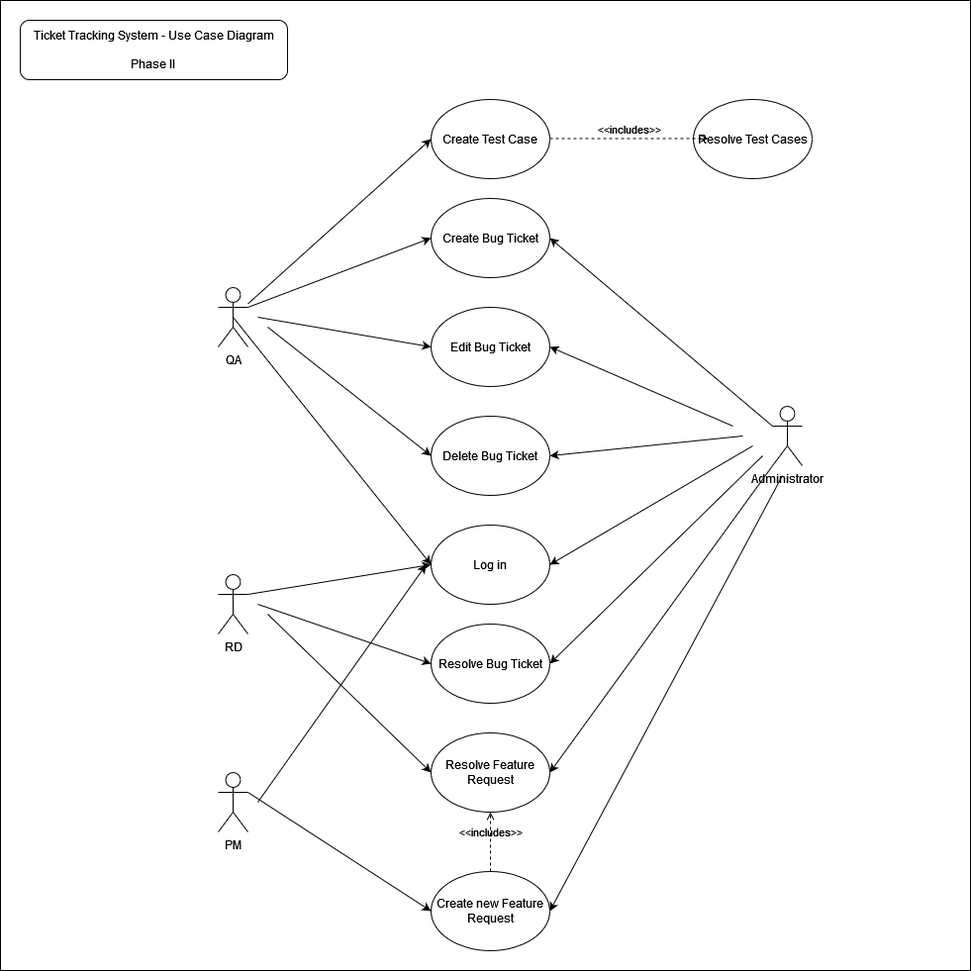
juicyj201/TicketTrackingSystem keeps this draw.io diagram as Phase II - Use Case Diagram.png. Above is the earlier version. Source tidied: cells renumbered, new cells last; positions are measured from the earlier drawing's top-left corner, leaving out a move shared by most shapes. Source of this version:
```xml
<mxGraphModel>
  <root>
    <mxCell id="0" />
    <mxCell id="1" parent="0" />
    <mxCell id="2" style="whiteSpace=wrap;html=1;" parent="1" vertex="1">
      <mxGeometry width="980" height="980" as="geometry" />
    </mxCell>
    <mxCell id="3" value="QA" style="shape=umlActor;verticalLabelPosition=bottom;verticalAlign=top;html=1;outlineConnect=0;" parent="1" vertex="1">
      <mxGeometry x="220" y="290" width="30" height="60" as="geometry" />
    </mxCell>
    <mxCell id="4" value="RD" style="shape=umlActor;verticalLabelPosition=bottom;verticalAlign=top;html=1;outlineConnect=0;" parent="1" vertex="1">
      <mxGeometry x="220" y="580" width="30" height="60" as="geometry" />
    </mxCell>
    <mxCell id="5" value="&lt;div&gt;Ticket Tracking System - Use Case Diagram&lt;/div&gt;&lt;div&gt;&lt;br&gt;&lt;/div&gt;&lt;div&gt;Phase II&lt;br&gt;&lt;/div&gt;" style="rounded=1;whiteSpace=wrap;html=1;" parent="1" vertex="1">
      <mxGeometry x="20" y="20" width="270" height="60" as="geometry" />
    </mxCell>
    <mxCell id="6" value="Create Bug Ticket" style="ellipse;whiteSpace=wrap;html=1;" parent="1" vertex="1">
      <mxGeometry x="435" y="200" width="120" height="80" as="geometry" />
    </mxCell>
    <mxCell id="7" value="Edit Bug Ticket" style="ellipse;whiteSpace=wrap;html=1;" parent="1" vertex="1">
      <mxGeometry x="435" y="310" width="120" height="80" as="geometry" />
    </mxCell>
    <mxCell id="8" value="Delete Bug Ticket" style="ellipse;whiteSpace=wrap;html=1;" parent="1" vertex="1">
      <mxGeometry x="435" y="420" width="120" height="80" as="geometry" />
    </mxCell>
    <mxCell id="9" value="Log in" style="ellipse;whiteSpace=wrap;html=1;" parent="1" vertex="1">
      <mxGeometry x="435" y="530" width="120" height="80" as="geometry" />
    </mxCell>
    <mxCell id="10" value="Resolve Bug Ticket" style="ellipse;whiteSpace=wrap;html=1;" parent="1" vertex="1">
      <mxGeometry x="435" y="630" width="120" height="80" as="geometry" />
    </mxCell>
    <mxCell id="11" value="Administrator" style="shape=umlActor;verticalLabelPosition=bottom;verticalAlign=top;html=1;outlineConnect=0;" parent="1" vertex="1">
      <mxGeometry x="780" y="410" width="30" height="60" as="geometry" />
    </mxCell>
    <mxCell id="12" style="endArrow=classic;html=1;rounded=0;entryX=1;entryY=0.5;entryDx=0;entryDy=0;exitX=0;exitY=0.3333333333333333;exitDx=0;exitDy=0;exitPerimeter=0;" parent="1" edge="1" source="11" target="6">
      <mxGeometry relative="1" as="geometry" />
    </mxCell>
    <mxCell id="13" style="endArrow=classic;html=1;rounded=0;entryX=1;entryY=0.5;entryDx=0;entryDy=0;exitX=0;exitY=0.3333333333333333;exitDx=0;exitDy=0;exitPerimeter=0;" parent="1" edge="1" target="7">
      <mxGeometry relative="1" as="geometry">
        <mxPoint x="740" y="430" as="sourcePoint" />
      </mxGeometry>
    </mxCell>
    <mxCell id="14" style="endArrow=classic;html=1;rounded=0;entryX=1;entryY=0.5;entryDx=0;entryDy=0;exitX=0;exitY=0.3333333333333333;exitDx=0;exitDy=0;exitPerimeter=0;" parent="1" edge="1" target="8">
      <mxGeometry relative="1" as="geometry">
        <mxPoint x="750" y="440" as="sourcePoint" />
      </mxGeometry>
    </mxCell>
    <mxCell id="15" style="endArrow=classic;html=1;rounded=0;entryX=1;entryY=0.5;entryDx=0;entryDy=0;exitX=0;exitY=0.3333333333333333;exitDx=0;exitDy=0;exitPerimeter=0;" parent="1" edge="1" target="9">
      <mxGeometry relative="1" as="geometry">
        <mxPoint x="760" y="450" as="sourcePoint" />
      </mxGeometry>
    </mxCell>
    <mxCell id="16" style="endArrow=classic;html=1;rounded=0;entryX=1;entryY=0.5;entryDx=0;entryDy=0;exitX=0;exitY=0.3333333333333333;exitDx=0;exitDy=0;exitPerimeter=0;" parent="1" edge="1" target="10">
      <mxGeometry relative="1" as="geometry">
        <mxPoint x="770" y="460" as="sourcePoint" />
      </mxGeometry>
    </mxCell>
    <mxCell id="17" style="endArrow=classic;html=1;rounded=0;entryX=0;entryY=0.5;entryDx=0;entryDy=0;exitX=1;exitY=0.3333333333333333;exitDx=0;exitDy=0;exitPerimeter=0;" parent="1" edge="1" source="3" target="6">
      <mxGeometry relative="1" as="geometry" />
    </mxCell>
    <mxCell id="18" style="endArrow=classic;html=1;rounded=0;entryX=0;entryY=0.5;entryDx=0;entryDy=0;exitX=1;exitY=0.3333333333333333;exitDx=0;exitDy=0;exitPerimeter=0;" parent="1" edge="1" target="7">
      <mxGeometry relative="1" as="geometry">
        <mxPoint x="260" y="320" as="sourcePoint" />
      </mxGeometry>
    </mxCell>
    <mxCell id="19" style="endArrow=classic;html=1;rounded=0;entryX=0;entryY=0.5;entryDx=0;entryDy=0;exitX=1;exitY=0.3333333333333333;exitDx=0;exitDy=0;exitPerimeter=0;" parent="1" edge="1" target="8">
      <mxGeometry relative="1" as="geometry">
        <mxPoint x="270" y="330" as="sourcePoint" />
      </mxGeometry>
    </mxCell>
    <mxCell id="20" style="endArrow=classic;html=1;rounded=0;entryX=0;entryY=0.5;entryDx=0;entryDy=0;exitX=0.5;exitY=0.5;exitDx=0;exitDy=0;exitPerimeter=0;" parent="1" edge="1" source="3" target="9">
      <mxGeometry relative="1" as="geometry" />
    </mxCell>
    <mxCell id="21" style="endArrow=classic;html=1;rounded=0;entryX=0;entryY=0.5;entryDx=0;entryDy=0;exitX=1;exitY=0.3333333333333333;exitDx=0;exitDy=0;exitPerimeter=0;" parent="1" edge="1" source="4" target="9">
      <mxGeometry relative="1" as="geometry" />
    </mxCell>
    <mxCell id="22" style="endArrow=classic;html=1;rounded=0;entryX=0;entryY=0.5;entryDx=0;entryDy=0;exitX=1;exitY=0.3333333333333333;exitDx=0;exitDy=0;exitPerimeter=0;" parent="1" edge="1" target="10">
      <mxGeometry relative="1" as="geometry">
        <mxPoint x="260" y="610" as="sourcePoint" />
      </mxGeometry>
    </mxCell>
    <mxCell id="23" value="PM" style="shape=umlActor;verticalLabelPosition=bottom;verticalAlign=top;html=1;" parent="1" vertex="1">
      <mxGeometry x="220" y="780" width="30" height="60" as="geometry" />
    </mxCell>
    <mxCell id="24" value="Create new Feature Request" style="ellipse;whiteSpace=wrap;html=1;" parent="1" vertex="1">
      <mxGeometry x="435" y="880" width="120" height="80" as="geometry" />
    </mxCell>
    <mxCell id="25" value="Resolve Feature Request" style="ellipse;whiteSpace=wrap;html=1;" parent="1" vertex="1">
      <mxGeometry x="435" y="740" width="120" height="80" as="geometry" />
    </mxCell>
    <mxCell id="26" style="endArrow=classic;html=1;rounded=0;entryX=0;entryY=0.5;entryDx=0;entryDy=0;exitX=1;exitY=0.3333333333333333;exitDx=0;exitDy=0;exitPerimeter=0;" parent="1" edge="1" target="25">
      <mxGeometry relative="1" as="geometry">
        <mxPoint x="270" y="620" as="sourcePoint" />
      </mxGeometry>
    </mxCell>
    <mxCell id="27" style="endArrow=classic;html=1;rounded=0;entryX=0;entryY=0.5;entryDx=0;entryDy=0;exitX=1;exitY=0.3333333333333333;exitDx=0;exitDy=0;exitPerimeter=0;" parent="1" edge="1" target="24">
      <mxGeometry relative="1" as="geometry">
        <mxPoint x="250" y="800" as="sourcePoint" />
      </mxGeometry>
    </mxCell>
    <mxCell id="28" style="endArrow=classic;html=1;rounded=0;entryX=1;entryY=0.5;entryDx=0;entryDy=0;exitX=0;exitY=0.3333333333333333;exitDx=0;exitDy=0;exitPerimeter=0;" parent="1" edge="1" target="25">
      <mxGeometry relative="1" as="geometry">
        <mxPoint x="780" y="470" as="sourcePoint" />
      </mxGeometry>
    </mxCell>
    <mxCell id="29" style="endArrow=classic;html=1;rounded=0;entryX=1;entryY=0.5;entryDx=0;entryDy=0;exitX=0;exitY=0.3333333333333333;exitDx=0;exitDy=0;exitPerimeter=0;" parent="1" edge="1" target="24">
      <mxGeometry relative="1" as="geometry">
        <mxPoint x="790" y="480" as="sourcePoint" />
      </mxGeometry>
    </mxCell>
    <mxCell id="30" style="endArrow=classic;html=1;rounded=0;exitX=1;exitY=0.3333333333333333;exitDx=0;exitDy=0;exitPerimeter=0;" parent="1" edge="1">
      <mxGeometry relative="1" as="geometry">
        <mxPoint x="260" y="810" as="sourcePoint" />
        <mxPoint x="430" y="570" as="targetPoint" />
      </mxGeometry>
    </mxCell>
    <mxCell id="31" value="Create Test Case" style="ellipse;whiteSpace=wrap;html=1;" parent="1" vertex="1">
      <mxGeometry x="435" y="100" width="120" height="80" as="geometry" />
    </mxCell>
    <mxCell id="32" style="endArrow=classic;html=1;rounded=0;entryX=0;entryY=0.5;entryDx=0;entryDy=0;" parent="1" edge="1" source="3" target="31">
      <mxGeometry relative="1" as="geometry" />
    </mxCell>
    <mxCell id="33" value="Resolve Test Cases" style="ellipse;whiteSpace=wrap;html=1;" parent="1" vertex="1">
      <mxGeometry x="700" y="100" width="120" height="80" as="geometry" />
    </mxCell>
    <mxCell id="34" value="&amp;lt;&amp;lt;includes&amp;gt;&amp;gt;" style="endArrow=open;html=1;rounded=0;align=center;verticalAlign=bottom;dashed=1;endFill=0;labelBackgroundColor=none;" parent="1" edge="1">
      <mxGeometry relative="1" as="geometry">
        <mxPoint x="555" y="139.5" as="sourcePoint" />
        <mxPoint x="715" y="139.5" as="targetPoint" />
      </mxGeometry>
    </mxCell>
    <mxCell id="35" style="html=1;align=center;verticalAlign=top;labelBackgroundColor=none;" parent="34" vertex="1">
      <mxGeometry relative="1" as="geometry" />
    </mxCell>
    <mxCell id="36" value="&amp;lt;&amp;lt;includes&amp;gt;&amp;gt;" style="endArrow=open;html=1;rounded=0;align=center;verticalAlign=bottom;dashed=1;endFill=0;labelBackgroundColor=none;exitX=0.5;exitY=0;exitDx=0;exitDy=0;entryX=0.5;entryY=1;entryDx=0;entryDy=0;" parent="1" edge="1" source="24" target="25">
      <mxGeometry relative="1" as="geometry" />
    </mxCell>
    <mxCell id="37" style="html=1;align=center;verticalAlign=top;labelBackgroundColor=none;" parent="36" vertex="1">
      <mxGeometry relative="1" as="geometry" />
    </mxCell>
  </root>
</mxGraphModel>
```
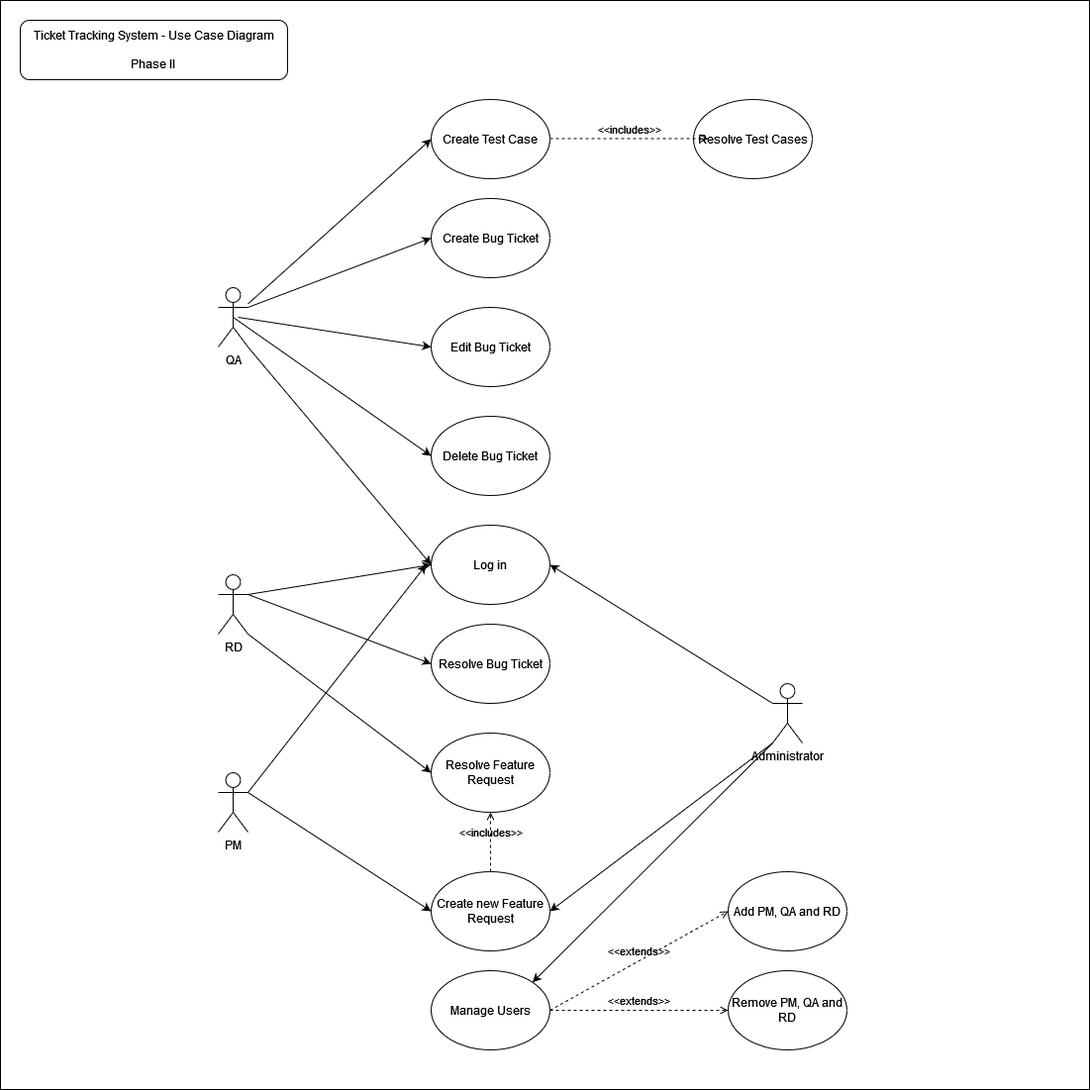
Later version of the same file.

The edit, as a diff of the source:
```diff
@@ -3,7 +3,7 @@
     <mxCell id="0" />
     <mxCell id="1" parent="0" />
     <mxCell id="2" style="whiteSpace=wrap;html=1;" parent="1" vertex="1">
-      <mxGeometry width="980" height="980" as="geometry" />
+      <mxGeometry width="1100" height="1100" as="geometry" />
     </mxCell>
     <mxCell id="3" value="QA" style="shape=umlActor;verticalLabelPosition=bottom;verticalAlign=top;html=1;outlineConnect=0;" parent="1" vertex="1">
       <mxGeometry x="220" y="290" width="30" height="60" as="geometry" />
@@ -30,54 +30,30 @@
       <mxGeometry x="435" y="630" width="120" height="80" as="geometry" />
     </mxCell>
     <mxCell id="11" value="Administrator" style="shape=umlActor;verticalLabelPosition=bottom;verticalAlign=top;html=1;outlineConnect=0;" parent="1" vertex="1">
-      <mxGeometry x="780" y="410" width="30" height="60" as="geometry" />
+      <mxGeometry x="780" y="690" width="30" height="60" as="geometry" />
     </mxCell>
-    <mxCell id="12" style="endArrow=classic;html=1;rounded=0;entryX=1;entryY=0.5;entryDx=0;entryDy=0;exitX=0;exitY=0.3333333333333333;exitDx=0;exitDy=0;exitPerimeter=0;" parent="1" edge="1" source="11" target="6">
-      <mxGeometry relative="1" as="geometry" />
-    </mxCell>
-    <mxCell id="13" style="endArrow=classic;html=1;rounded=0;entryX=1;entryY=0.5;entryDx=0;entryDy=0;exitX=0;exitY=0.3333333333333333;exitDx=0;exitDy=0;exitPerimeter=0;" parent="1" edge="1" target="7">
-      <mxGeometry relative="1" as="geometry">
-        <mxPoint x="740" y="430" as="sourcePoint" />
-      </mxGeometry>
-    </mxCell>
-    <mxCell id="14" style="endArrow=classic;html=1;rounded=0;entryX=1;entryY=0.5;entryDx=0;entryDy=0;exitX=0;exitY=0.3333333333333333;exitDx=0;exitDy=0;exitPerimeter=0;" parent="1" edge="1" target="8">
-      <mxGeometry relative="1" as="geometry">
-        <mxPoint x="750" y="440" as="sourcePoint" />
-      </mxGeometry>
-    </mxCell>
-    <mxCell id="15" style="endArrow=classic;html=1;rounded=0;entryX=1;entryY=0.5;entryDx=0;entryDy=0;exitX=0;exitY=0.3333333333333333;exitDx=0;exitDy=0;exitPerimeter=0;" parent="1" edge="1" target="9">
-      <mxGeometry relative="1" as="geometry">
-        <mxPoint x="760" y="450" as="sourcePoint" />
-      </mxGeometry>
+    <mxCell id="15" style="endArrow=classic;html=1;rounded=0;entryX=1;entryY=0.5;entryDx=0;entryDy=0;exitX=0;exitY=0.3333333333333333;exitDx=0;exitDy=0;exitPerimeter=0;" parent="1" edge="1" source="11" target="9">
+      <mxGeometry relative="1" as="geometry" />
     </mxCell>
-    <mxCell id="16" style="endArrow=classic;html=1;rounded=0;entryX=1;entryY=0.5;entryDx=0;entryDy=0;exitX=0;exitY=0.3333333333333333;exitDx=0;exitDy=0;exitPerimeter=0;" parent="1" edge="1" target="10">
-      <mxGeometry relative="1" as="geometry">
-        <mxPoint x="770" y="460" as="sourcePoint" />
-      </mxGeometry>
-    </mxCell>
     <mxCell id="17" style="endArrow=classic;html=1;rounded=0;entryX=0;entryY=0.5;entryDx=0;entryDy=0;exitX=1;exitY=0.3333333333333333;exitDx=0;exitDy=0;exitPerimeter=0;" parent="1" edge="1" source="3" target="6">
       <mxGeometry relative="1" as="geometry" />
     </mxCell>
-    <mxCell id="18" style="endArrow=classic;html=1;rounded=0;entryX=0;entryY=0.5;entryDx=0;entryDy=0;exitX=1;exitY=0.3333333333333333;exitDx=0;exitDy=0;exitPerimeter=0;" parent="1" edge="1" target="7">
+    <mxCell id="18" style="endArrow=classic;html=1;rounded=0;entryX=0;entryY=0.5;entryDx=0;entryDy=0;" parent="1" edge="1" target="7">
       <mxGeometry relative="1" as="geometry">
-        <mxPoint x="260" y="320" as="sourcePoint" />
+        <mxPoint x="240" y="320" as="sourcePoint" />
       </mxGeometry>
     </mxCell>
-    <mxCell id="19" style="endArrow=classic;html=1;rounded=0;entryX=0;entryY=0.5;entryDx=0;entryDy=0;exitX=1;exitY=0.3333333333333333;exitDx=0;exitDy=0;exitPerimeter=0;" parent="1" edge="1" target="8">
-      <mxGeometry relative="1" as="geometry">
-        <mxPoint x="270" y="330" as="sourcePoint" />
-      </mxGeometry>
+    <mxCell id="19" style="endArrow=classic;html=1;rounded=0;entryX=0;entryY=0.5;entryDx=0;entryDy=0;exitX=0.5;exitY=0.5;exitDx=0;exitDy=0;exitPerimeter=0;" parent="1" edge="1" source="3" target="8">
+      <mxGeometry relative="1" as="geometry" />
     </mxCell>
-    <mxCell id="20" style="endArrow=classic;html=1;rounded=0;entryX=0;entryY=0.5;entryDx=0;entryDy=0;exitX=0.5;exitY=0.5;exitDx=0;exitDy=0;exitPerimeter=0;" parent="1" edge="1" source="3" target="9">
+    <mxCell id="20" style="endArrow=classic;html=1;rounded=0;entryX=0;entryY=0.5;entryDx=0;entryDy=0;exitX=1;exitY=1;exitDx=0;exitDy=0;exitPerimeter=0;" parent="1" edge="1" source="3" target="9">
       <mxGeometry relative="1" as="geometry" />
     </mxCell>
     <mxCell id="21" style="endArrow=classic;html=1;rounded=0;entryX=0;entryY=0.5;entryDx=0;entryDy=0;exitX=1;exitY=0.3333333333333333;exitDx=0;exitDy=0;exitPerimeter=0;" parent="1" edge="1" source="4" target="9">
       <mxGeometry relative="1" as="geometry" />
     </mxCell>
-    <mxCell id="22" style="endArrow=classic;html=1;rounded=0;entryX=0;entryY=0.5;entryDx=0;entryDy=0;exitX=1;exitY=0.3333333333333333;exitDx=0;exitDy=0;exitPerimeter=0;" parent="1" edge="1" target="10">
-      <mxGeometry relative="1" as="geometry">
-        <mxPoint x="260" y="610" as="sourcePoint" />
-      </mxGeometry>
+    <mxCell id="22" style="endArrow=classic;html=1;rounded=0;entryX=0;entryY=0.5;entryDx=0;entryDy=0;exitX=1;exitY=0.3333333333333333;exitDx=0;exitDy=0;exitPerimeter=0;" parent="1" edge="1" source="4" target="10">
+      <mxGeometry relative="1" as="geometry" />
     </mxCell>
     <mxCell id="23" value="PM" style="shape=umlActor;verticalLabelPosition=bottom;verticalAlign=top;html=1;" parent="1" vertex="1">
       <mxGeometry x="220" y="780" width="30" height="60" as="geometry" />
@@ -88,29 +64,20 @@
     <mxCell id="25" value="Resolve Feature Request" style="ellipse;whiteSpace=wrap;html=1;" parent="1" vertex="1">
       <mxGeometry x="435" y="740" width="120" height="80" as="geometry" />
     </mxCell>
-    <mxCell id="26" style="endArrow=classic;html=1;rounded=0;entryX=0;entryY=0.5;entryDx=0;entryDy=0;exitX=1;exitY=0.3333333333333333;exitDx=0;exitDy=0;exitPerimeter=0;" parent="1" edge="1" target="25">
-      <mxGeometry relative="1" as="geometry">
-        <mxPoint x="270" y="620" as="sourcePoint" />
-      </mxGeometry>
+    <mxCell id="26" style="endArrow=classic;html=1;rounded=0;entryX=0;entryY=0.5;entryDx=0;entryDy=0;exitX=1;exitY=1;exitDx=0;exitDy=0;exitPerimeter=0;" parent="1" edge="1" source="4" target="25">
+      <mxGeometry relative="1" as="geometry" />
     </mxCell>
     <mxCell id="27" style="endArrow=classic;html=1;rounded=0;entryX=0;entryY=0.5;entryDx=0;entryDy=0;exitX=1;exitY=0.3333333333333333;exitDx=0;exitDy=0;exitPerimeter=0;" parent="1" edge="1" target="24">
       <mxGeometry relative="1" as="geometry">
         <mxPoint x="250" y="800" as="sourcePoint" />
       </mxGeometry>
     </mxCell>
-    <mxCell id="28" style="endArrow=classic;html=1;rounded=0;entryX=1;entryY=0.5;entryDx=0;entryDy=0;exitX=0;exitY=0.3333333333333333;exitDx=0;exitDy=0;exitPerimeter=0;" parent="1" edge="1" target="25">
-      <mxGeometry relative="1" as="geometry">
-        <mxPoint x="780" y="470" as="sourcePoint" />
-      </mxGeometry>
-    </mxCell>
-    <mxCell id="29" style="endArrow=classic;html=1;rounded=0;entryX=1;entryY=0.5;entryDx=0;entryDy=0;exitX=0;exitY=0.3333333333333333;exitDx=0;exitDy=0;exitPerimeter=0;" parent="1" edge="1" target="24">
-      <mxGeometry relative="1" as="geometry">
-        <mxPoint x="790" y="480" as="sourcePoint" />
-      </mxGeometry>
+    <mxCell id="29" style="endArrow=classic;html=1;rounded=0;entryX=1;entryY=0.5;entryDx=0;entryDy=0;exitX=0;exitY=1;exitDx=0;exitDy=0;exitPerimeter=0;" parent="1" edge="1" source="11" target="24">
+      <mxGeometry relative="1" as="geometry" />
     </mxCell>
-    <mxCell id="30" style="endArrow=classic;html=1;rounded=0;exitX=1;exitY=0.3333333333333333;exitDx=0;exitDy=0;exitPerimeter=0;" parent="1" edge="1">
+    <mxCell id="30" style="endArrow=classic;html=1;rounded=0;" parent="1" edge="1">
       <mxGeometry relative="1" as="geometry">
-        <mxPoint x="260" y="810" as="sourcePoint" />
+        <mxPoint x="250" y="800" as="sourcePoint" />
         <mxPoint x="430" y="570" as="targetPoint" />
       </mxGeometry>
     </mxCell>
@@ -138,5 +105,29 @@
     <mxCell id="37" style="html=1;align=center;verticalAlign=top;labelBackgroundColor=none;" parent="36" vertex="1">
       <mxGeometry relative="1" as="geometry" />
     </mxCell>
+    <mxCell id="38" value="Manage Users" style="ellipse;whiteSpace=wrap;html=1;" parent="1" vertex="1">
+      <mxGeometry x="435" y="980" width="120" height="80" as="geometry" />
+    </mxCell>
+    <mxCell id="39" style="endArrow=classic;html=1;rounded=0;entryX=1;entryY=0;entryDx=0;entryDy=0;exitX=0;exitY=1;exitDx=0;exitDy=0;exitPerimeter=0;" parent="1" edge="1" source="11" target="38">
+      <mxGeometry relative="1" as="geometry" />
+    </mxCell>
+    <mxCell id="40" value="Add PM, QA and RD" style="ellipse;whiteSpace=wrap;html=1;" parent="1" vertex="1">
+      <mxGeometry x="735" y="880" width="120" height="80" as="geometry" />
+    </mxCell>
+    <mxCell id="41" value="Remove PM, QA and RD" style="ellipse;whiteSpace=wrap;html=1;" parent="1" vertex="1">
+      <mxGeometry x="735" y="980" width="120" height="80" as="geometry" />
+    </mxCell>
+    <mxCell id="42" value="&amp;lt;&amp;lt;extends&amp;gt;&amp;gt;" style="endArrow=open;html=1;rounded=0;align=center;verticalAlign=bottom;dashed=1;endFill=0;labelBackgroundColor=none;exitX=1;exitY=0.5;exitDx=0;exitDy=0;entryX=0;entryY=0.5;entryDx=0;entryDy=0;" parent="1" edge="1" source="38" target="40">
+      <mxGeometry relative="1" as="geometry" />
+    </mxCell>
+    <mxCell id="43" style="html=1;align=center;verticalAlign=top;labelBackgroundColor=none;" parent="42" vertex="1">
+      <mxGeometry relative="1" as="geometry" />
+    </mxCell>
+    <mxCell id="44" value="&amp;lt;&amp;lt;extends&amp;gt;&amp;gt;" style="endArrow=open;html=1;rounded=0;align=center;verticalAlign=bottom;dashed=1;endFill=0;labelBackgroundColor=none;exitX=1;exitY=0.5;exitDx=0;exitDy=0;entryX=0;entryY=0.5;entryDx=0;entryDy=0;" parent="1" edge="1" source="38" target="41">
+      <mxGeometry relative="1" as="geometry" />
+    </mxCell>
+    <mxCell id="45" style="html=1;align=center;verticalAlign=top;labelBackgroundColor=none;" parent="44" vertex="1">
+      <mxGeometry relative="1" as="geometry" />
+    </mxCell>
   </root>
 </mxGraphModel>
```
